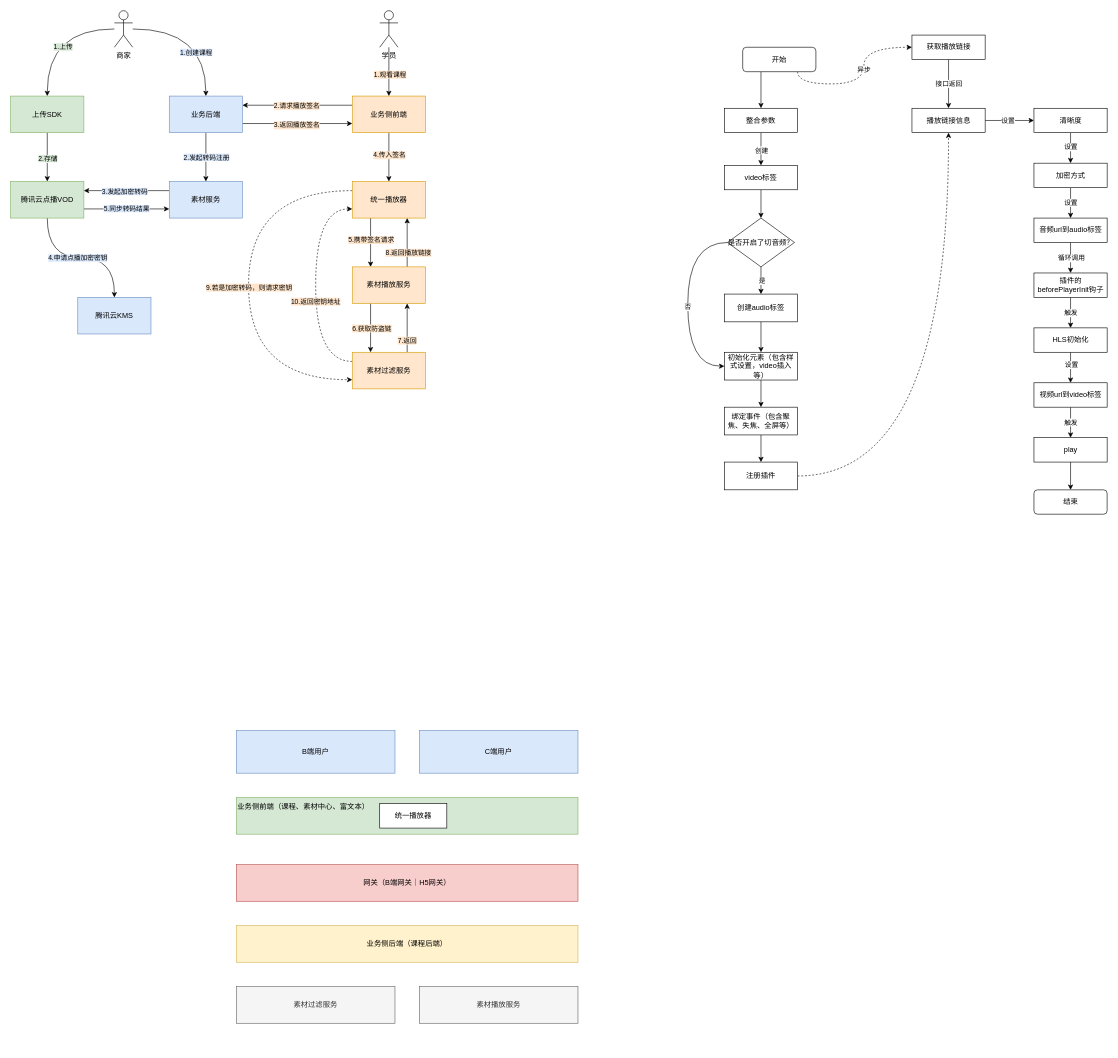
Above: page "统一播放器" (3 of 3) of work.drawio in DillionZ/self-drawio (draw.io), before the change. Source tidied: cells renumbered, new cells numbered last; positions are measured from the earlier drawing's top-left corner, leaving out a move shared by most shapes. Both pictures are drawn from the tidied source at 61%, with x=0, y=0 at pixel (10, 10).
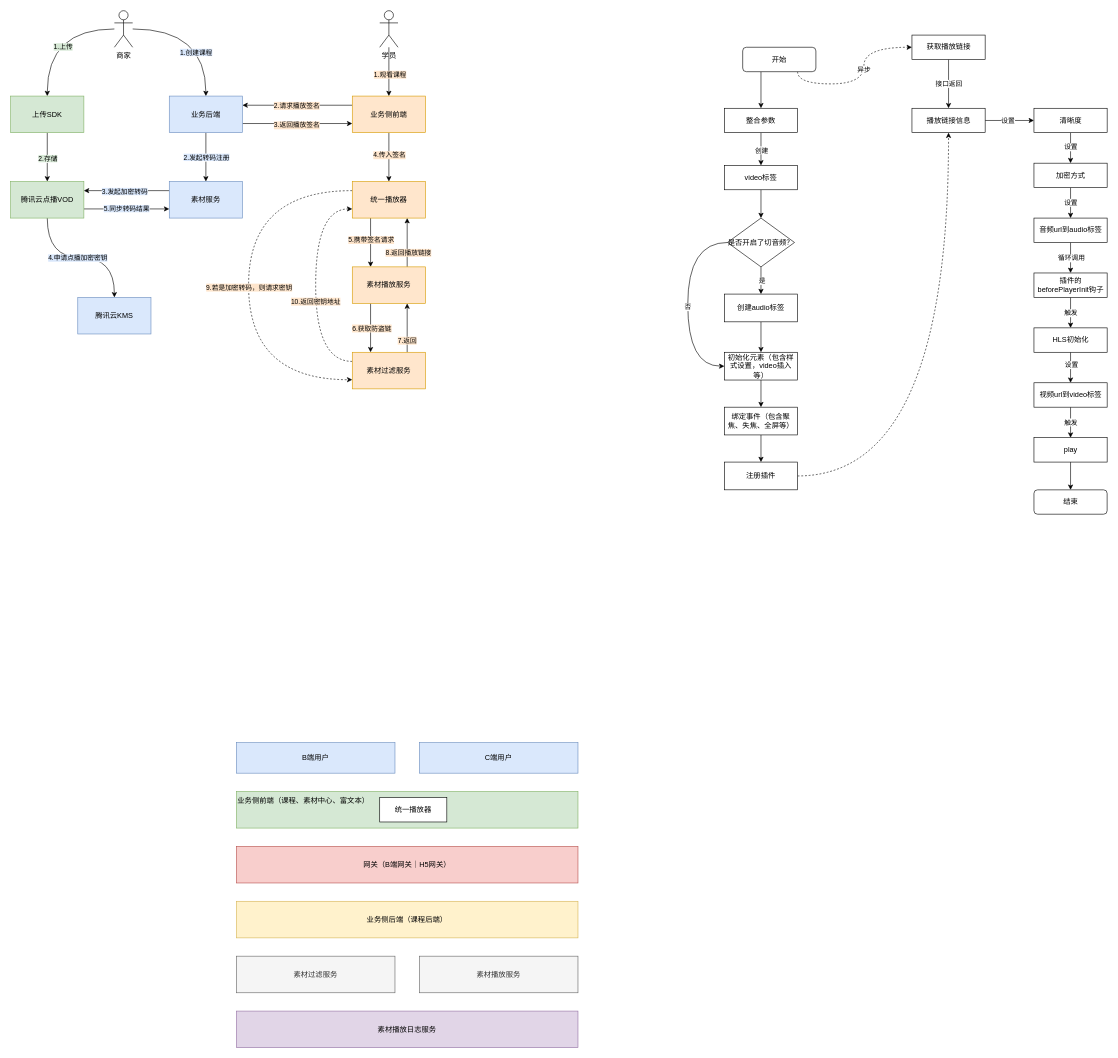
The same page after the edit.

Diff of the diagram source:
```diff
@@
     <mxCell id="94" value="B端用户" style="rounded=0;whiteSpace=wrap;html=1;fillColor=#dae8fc;strokeColor=#6c8ebf;" parent="1" vertex="1">
-      <mxGeometry x="370" y="1180" width="260" height="70" as="geometry" />
+      <mxGeometry x="370" y="1200" width="260" height="50" as="geometry" />
     </mxCell>
     <mxCell id="95" value="C端用户" style="rounded=0;whiteSpace=wrap;html=1;fillColor=#dae8fc;strokeColor=#6c8ebf;" parent="1" vertex="1">
-      <mxGeometry x="670" y="1180" width="260" height="70" as="geometry" />
+      <mxGeometry x="670" y="1200" width="260" height="50" as="geometry" />
     </mxCell>
     <mxCell id="96" style="rounded=0;whiteSpace=wrap;html=1;fillColor=#d5e8d4;strokeColor=#82b366;" parent="1" vertex="1">
-      <mxGeometry x="370" y="1290" width="560" height="60" as="geometry" />
+      <mxGeometry x="370" y="1280" width="560" height="60" as="geometry" />
     </mxCell>
     <mxCell id="97" value="网关（B端网关｜H5网关）" style="rounded=0;whiteSpace=wrap;html=1;fillColor=#f8cecc;strokeColor=#b85450;" parent="1" vertex="1">
-      <mxGeometry x="370" y="1400" width="560" height="60" as="geometry" />
+      <mxGeometry x="370" y="1370" width="560" height="60" as="geometry" />
     </mxCell>
     <mxCell id="98" value="业务侧后端（课程后端）" style="rounded=0;whiteSpace=wrap;html=1;fillColor=#fff2cc;strokeColor=#d6b656;" parent="1" vertex="1">
-      <mxGeometry x="370" y="1500" width="560" height="60" as="geometry" />
+      <mxGeometry x="370" y="1460" width="560" height="60" as="geometry" />
     </mxCell>
     <mxCell id="99" value="素材过滤服务" style="rounded=0;whiteSpace=wrap;html=1;fillColor=#f5f5f5;fontColor=#333333;strokeColor=#666666;" parent="1" vertex="1">
-      <mxGeometry x="370" y="1600" width="260" height="60" as="geometry" />
+      <mxGeometry x="370" y="1550" width="260" height="60" as="geometry" />
     </mxCell>
     <mxCell id="100" value="素材播放服务" style="rounded=0;whiteSpace=wrap;html=1;fillColor=#f5f5f5;fontColor=#333333;strokeColor=#666666;" parent="1" vertex="1">
-      <mxGeometry x="670" y="1600" width="260" height="60" as="geometry" />
+      <mxGeometry x="670" y="1550" width="260" height="60" as="geometry" />
     </mxCell>
     <mxCell id="101" value="统一播放器" style="rounded=0;whiteSpace=wrap;html=1;" parent="1" vertex="1">
-      <mxGeometry x="605" y="1300" width="110" height="40" as="geometry" />
+      <mxGeometry x="605" y="1290" width="110" height="40" as="geometry" />
     </mxCell>
     <mxCell id="102" value="业务侧前端（课程、素材中心、富文本）" style="text;html=1;align=center;verticalAlign=middle;whiteSpace=wrap;rounded=0;" parent="1" vertex="1">
-      <mxGeometry x="370" y="1290" width="220" height="30" as="geometry" />
+      <mxGeometry x="370" y="1280" width="220" height="30" as="geometry" />
     </mxCell>
+    <mxCell id="103" value="素材播放日志服务" style="rounded=0;whiteSpace=wrap;html=1;fillColor=#e1d5e7;strokeColor=#9673a6;" parent="1" vertex="1">
+      <mxGeometry x="370" y="1640" width="560" height="60" as="geometry" />
+    </mxCell>
```
